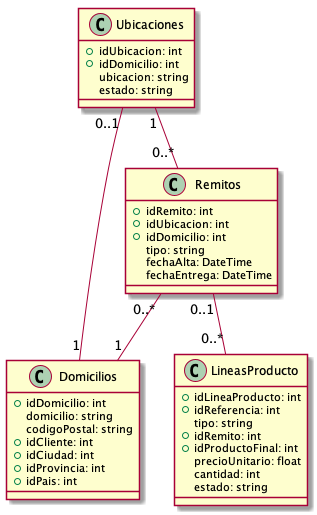
Above: Informe Final/Imagenes/DiagramaClases/Vistas/vistaEntregas.png in ZMGestion/DocumentacionZMGestion (PlantUML), before the change.
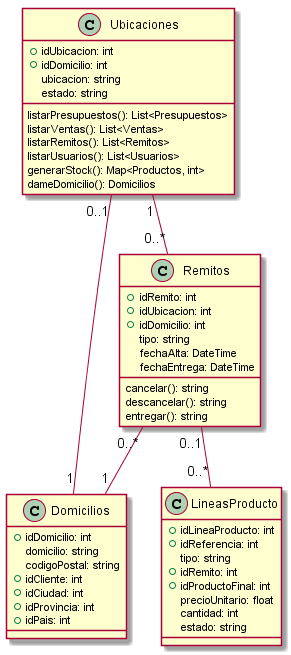
The same diagram one commit later.

Change to the diagram source:
```diff
@@ -4,6 +4,13 @@
     +idDomicilio: int
     ubicacion: string
     estado: string
+
+    listarPresupuestos(): List<Presupuestos>
+    listarVentas(): List<Ventas>
+    listarRemitos(): List<Remitos>
+    listarUsuarios(): List<Usuarios>
+    generarStock(): Map<Productos, int>
+    dameDomicilio(): Domicilios
 }
 class Domicilios{
     +idDomicilio: int
@@ -31,6 +38,9 @@
     tipo: string
     fechaAlta: DateTime
     fechaEntrega: DateTime
+    cancelar(): string
+    descancelar(): string
+    entregar(): string
 }
 
 Ubicaciones "0..1"--"1" Domicilios
```
